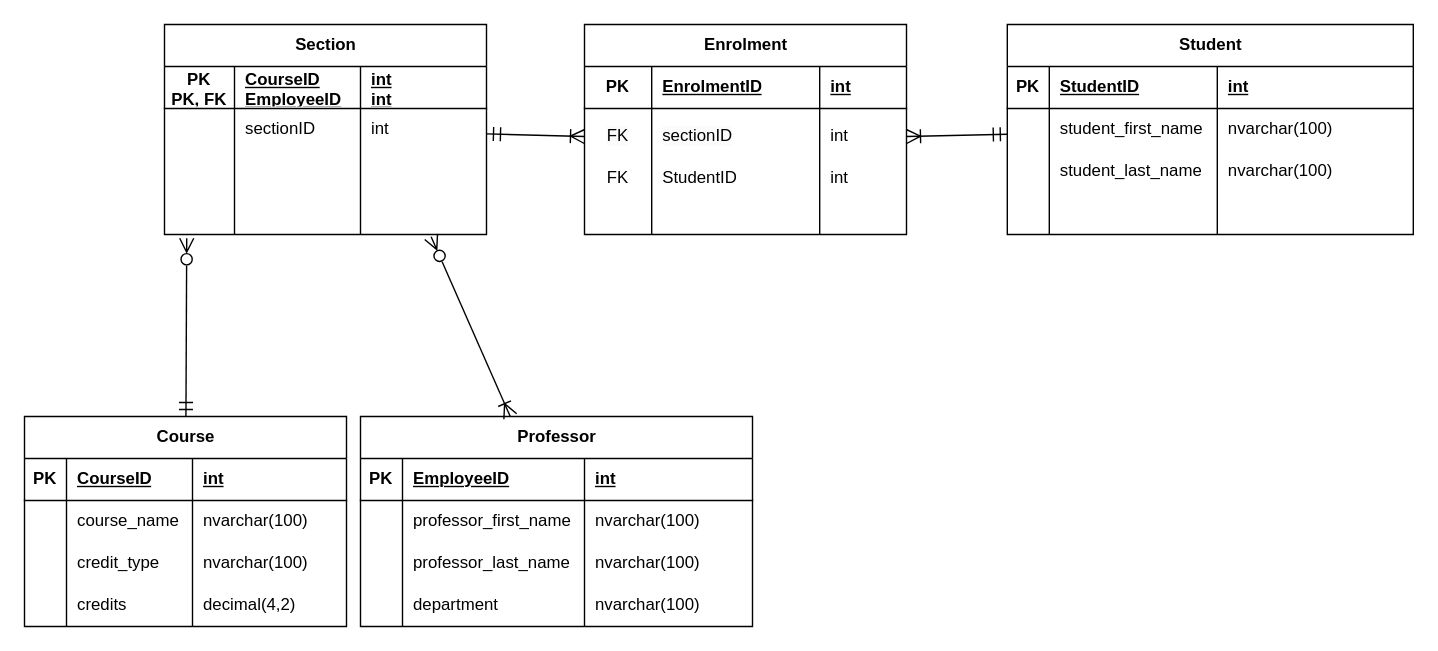
Above: page "3NF" (1 of 3) of 2NF.drawio in ConnorGaskill/UML (draw.io), before the change. Source tidied: cells renumbered, new cells numbered last; positions are measured from the earlier drawing's top-left corner, leaving out a move shared by most shapes. Both pictures are drawn from the tidied source at 140%, with x=0, y=0 at pixel (24, 24).
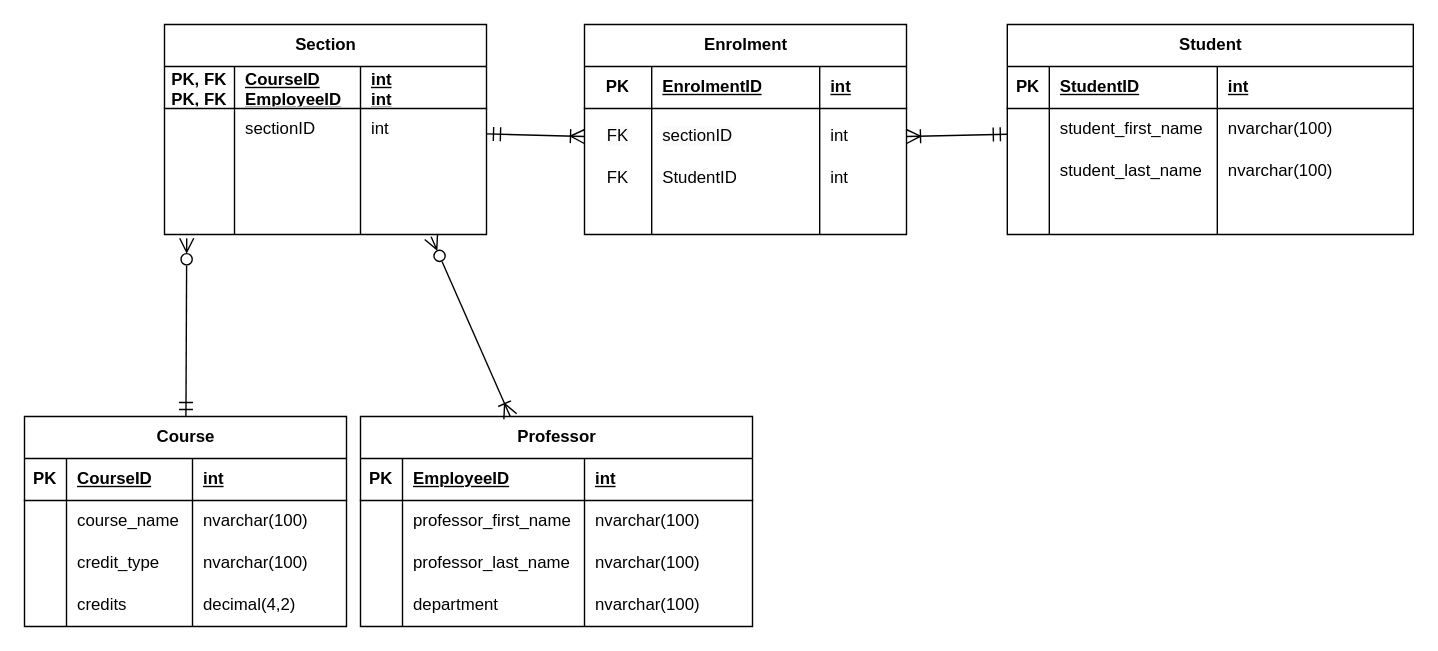
The same page after the edit.

The change refers to these unchanged cells:
```xml
<mxCell id="72" style="shape=tableRow;horizontal=0;startSize=0;swimlaneHead=0;swimlaneBody=0;fillColor=none;top=0;left=0;right=0;bottom=1;" parent="71" vertex="1">
  <mxGeometry y="30" width="230" height="30" as="geometry" />
</mxCell>
```

Change to the diagram source:
```diff
@@
-    <mxCell id="73" value="PK&lt;div&gt;PK, FK&lt;/div&gt;" style="shape=partialRectangle;fillColor=none;top=0;left=0;bottom=0;right=0;fontStyle=1;overflow=hidden;whiteSpace=wrap;html=1;" parent="72" vertex="1">
+    <mxCell id="73" value="PK, FK&lt;div&gt;PK, FK&lt;/div&gt;" style="shape=partialRectangle;fillColor=none;top=0;left=0;bottom=0;right=0;fontStyle=1;overflow=hidden;whiteSpace=wrap;html=1;" parent="72" vertex="1">
       <mxGeometry width="50" height="30" as="geometry" />
     </mxCell>
```
